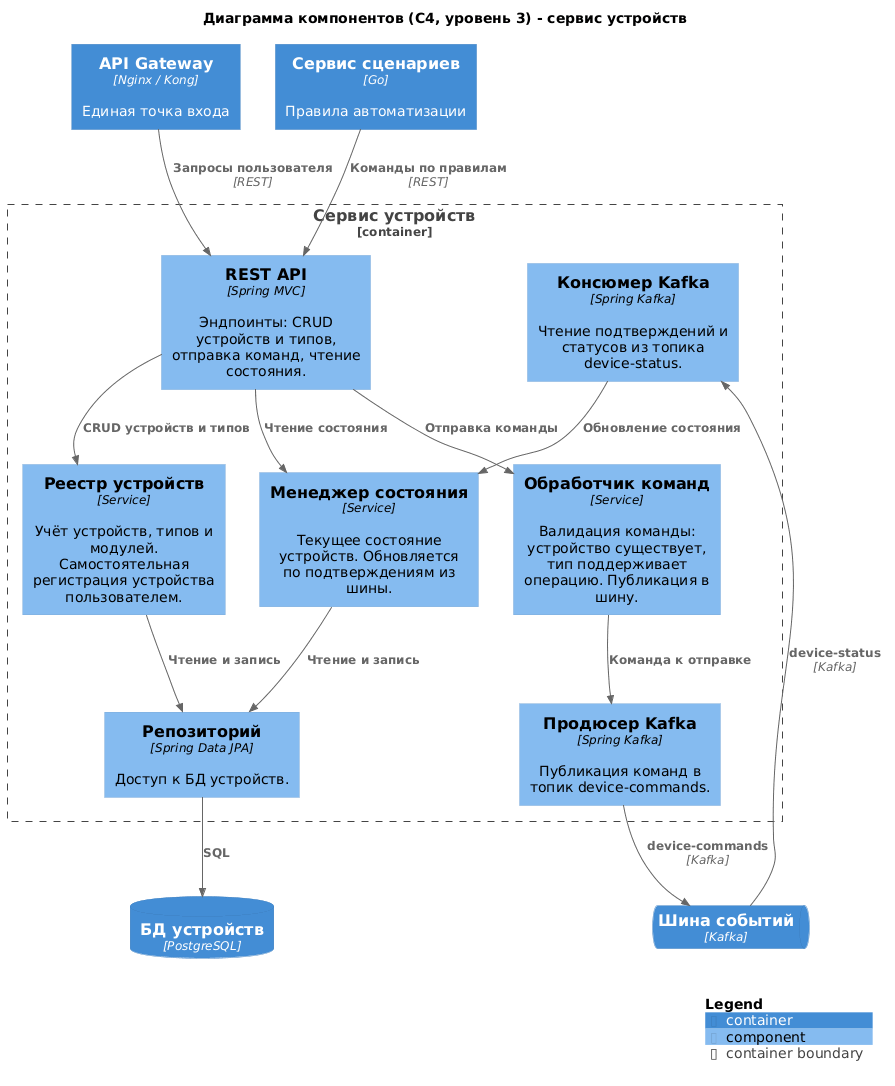
Earlier version of the PlantUML export schemas/task2-c4-components-devices.png (Atom-Py/architecture-pro-warmhouse).
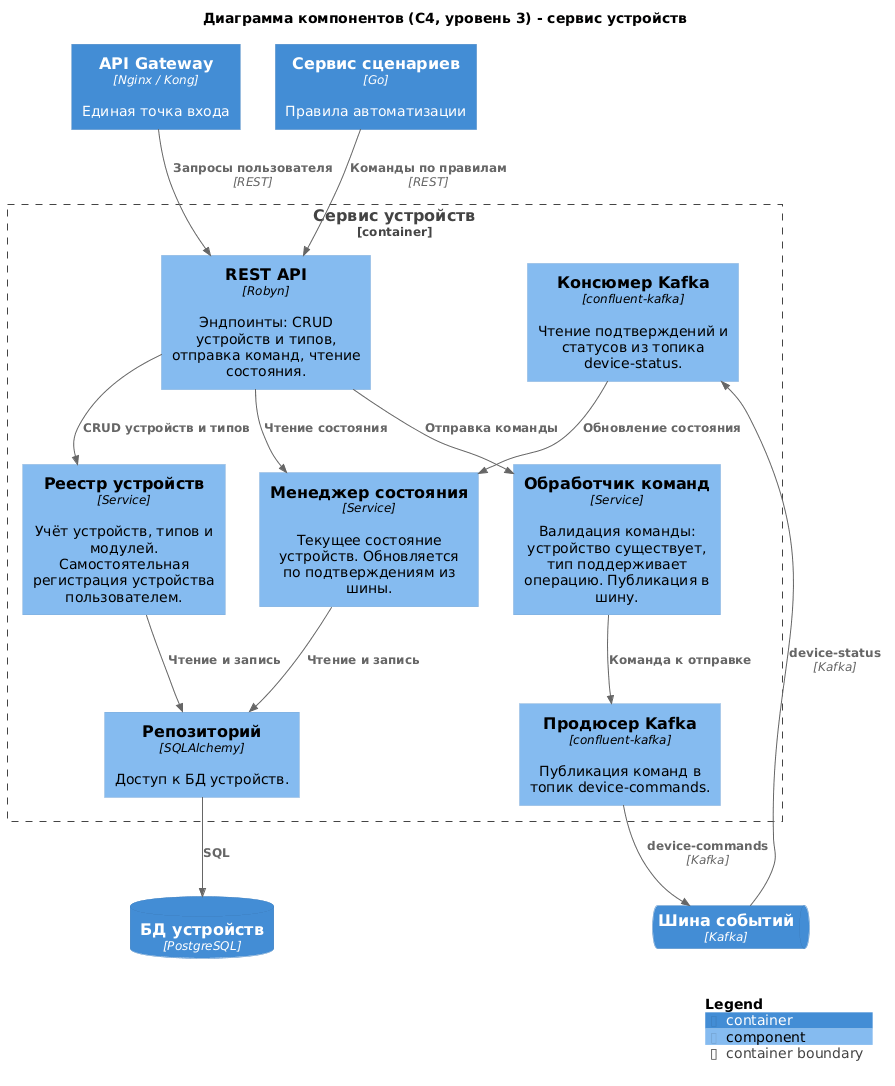
The same diagram one commit later.

Change to the diagram source:
```diff
@@ -9,13 +9,13 @@
 ContainerDb(devices_db, "БД устройств", "PostgreSQL", "")
 
 Container_Boundary(devices, "Сервис устройств") {
-    Component(api, "REST API", "Spring MVC", "Эндпоинты: CRUD устройств и типов, отправка команд, чтение состояния.")
+    Component(api, "REST API", "Robyn", "Эндпоинты: CRUD устройств и типов, отправка команд, чтение состояния.")
     Component(registry, "Реестр устройств", "Service", "Учёт устройств, типов и модулей. Самостоятельная регистрация устройства пользователем.")
     Component(cmd, "Обработчик команд", "Service", "Валидация команды: устройство существует, тип поддерживает операцию. Публикация в шину.")
     Component(state, "Менеджер состояния", "Service", "Текущее состояние устройств. Обновляется по подтверждениям из шины.")
-    Component(producer, "Продюсер Kafka", "Spring Kafka", "Публикация команд в топик device-commands.")
-    Component(consumer, "Консюмер Kafka", "Spring Kafka", "Чтение подтверждений и статусов из топика device-status.")
-    Component(repo, "Репозиторий", "Spring Data JPA", "Доступ к БД устройств.")
+    Component(producer, "Продюсер Kafka", "confluent-kafka", "Публикация команд в топик device-commands.")
+    Component(consumer, "Консюмер Kafka", "confluent-kafka", "Чтение подтверждений и статусов из топика device-status.")
+    Component(repo, "Репозиторий", "SQLAlchemy", "Доступ к БД устройств.")
 }
 
 Rel(gateway, api, "Запросы пользователя", "REST")
```
